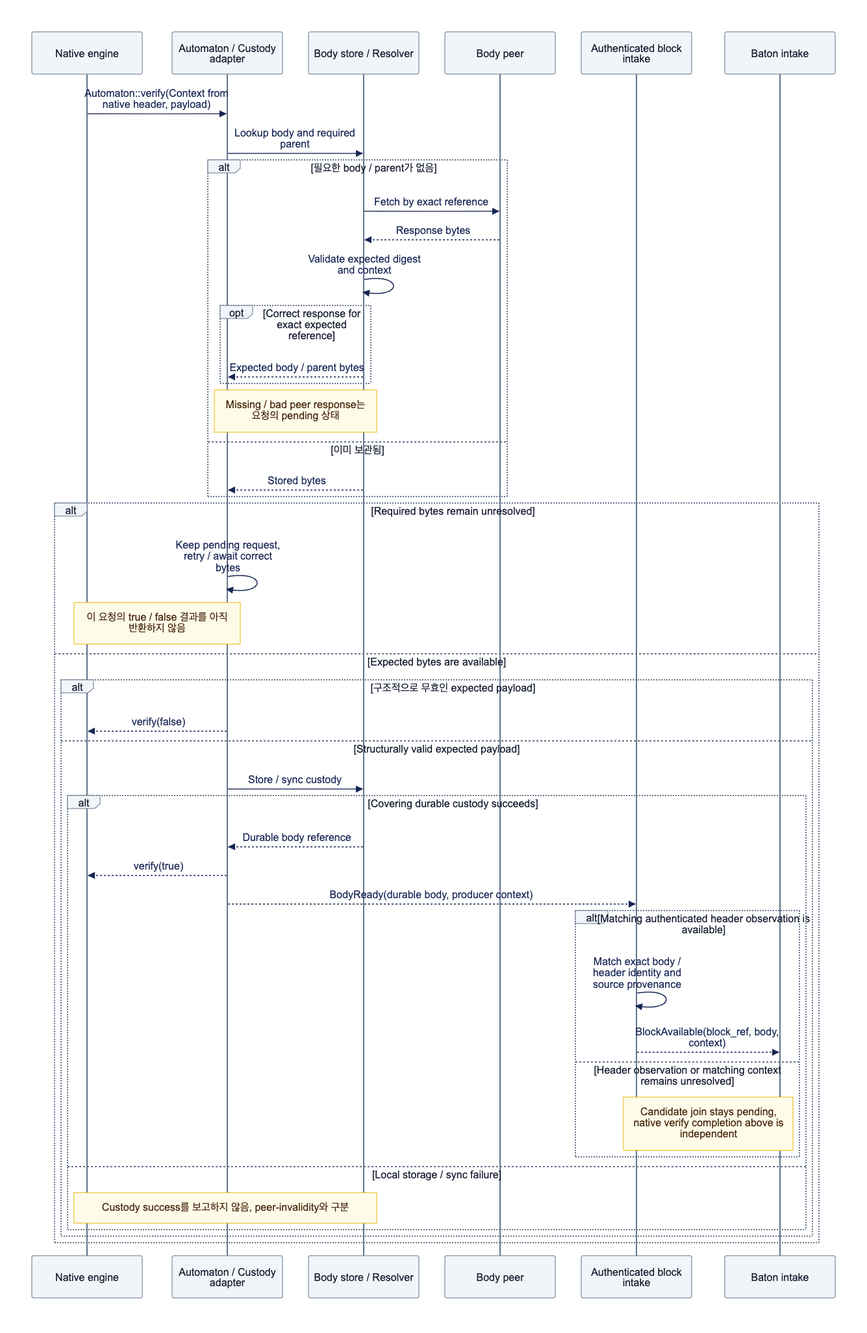
djm07073/baton-research keeps this Mermaid diagram as assets/diagrams/diagram-05.png. Above is the earlier version. Its source is kept beside it as assets/diagrams/diagram-05.mmd.
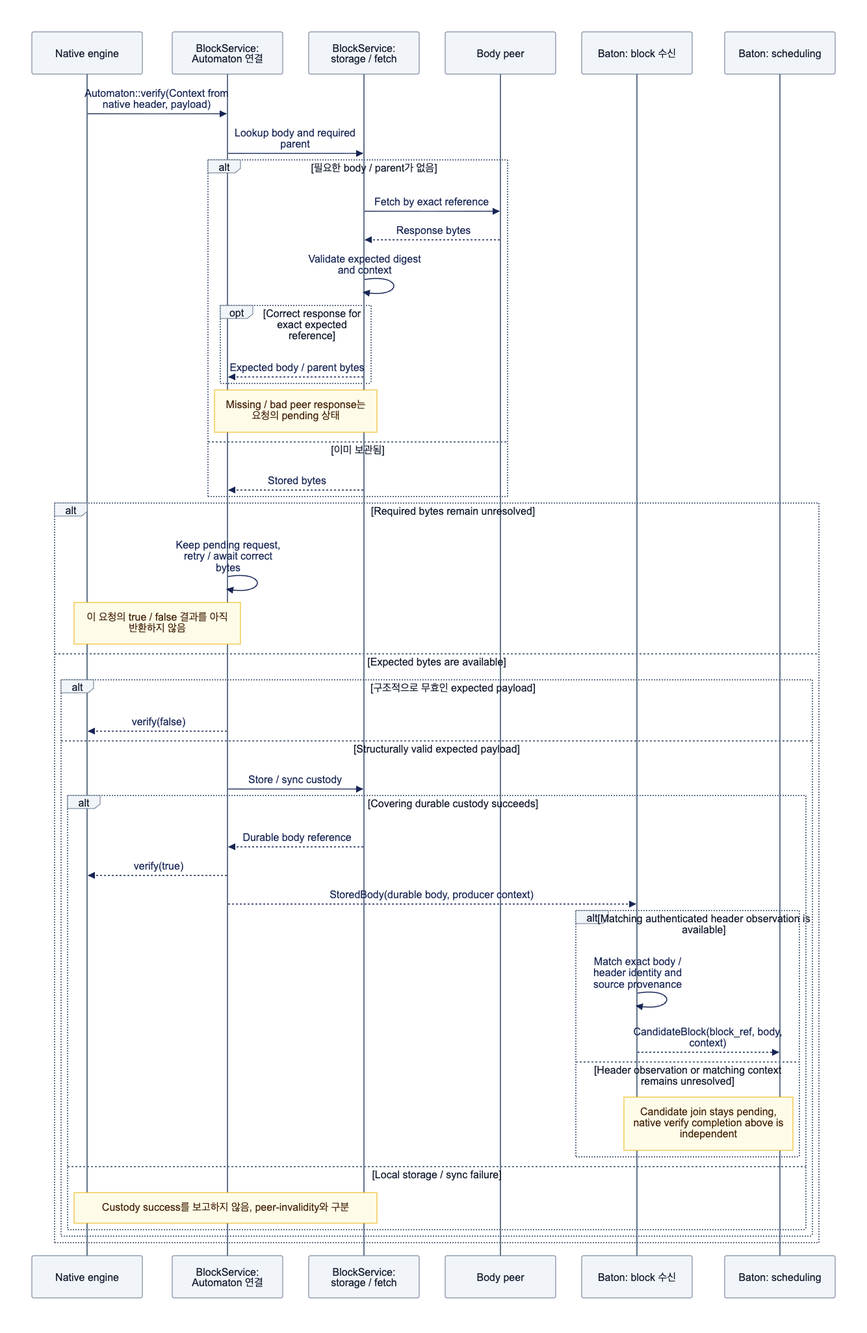
The same file after the commit.

Diff of the diagram source:
```diff
@@ -1,10 +1,10 @@
 sequenceDiagram
     participant N as Native engine
-    participant A as Automaton / Custody adapter
-    participant S as Body store / Resolver
+    participant A as BlockService: Automaton 연결
+    participant S as BlockService: storage / fetch
     participant P as Body peer
-    participant I as Authenticated block intake
-    participant B as Baton intake
+    participant I as Baton: block 수신
+    participant B as Baton: scheduling
     N->>A: Automaton::verify(Context from native header, payload)
     A->>S: Lookup body and required parent
     alt 필요한 body / parent가 없음
@@ -29,10 +29,10 @@
             alt Covering durable custody succeeds
                 S-->>A: Durable body reference
                 A-->>N: verify(true)
-                A-->>I: BodyReady(durable body, producer context)
+                A-->>I: StoredBody(durable body, producer context)
                 alt Matching authenticated header observation is available
                     I->>I: Match exact body / header identity and source provenance
-                    I-->>B: BlockAvailable(block_ref, body, context)
+                    I-->>B: CandidateBlock(block_ref, body, context)
                 else Header observation or matching context remains unresolved
                     Note over I,B: Candidate join stays pending, native verify completion above is independent
                 end
```
